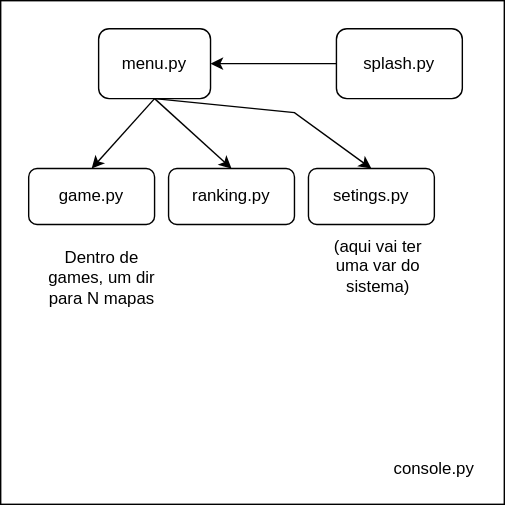
Earlier version of the draw.io export planjamento.drawio.svg (JJ-s-Rouguelike/Campanha). Source tidied: cells renumbered, new cells last; positions are measured from the earlier drawing's top-left corner, leaving out a move shared by most shapes.
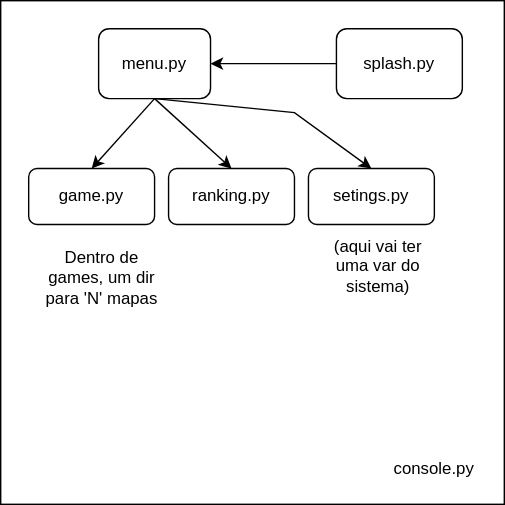
The same diagram one commit later.

Diff of the diagram source:
```diff
@@ -62,7 +62,7 @@
     <mxCell id="19" value="(aqui vai ter uma var do sistema)" style="text;html=1;strokeColor=none;fillColor=none;align=center;verticalAlign=middle;whiteSpace=wrap;rounded=0;" parent="1" vertex="1">
       <mxGeometry x="225" y="160" width="90" height="60" as="geometry" />
     </mxCell>
-    <mxCell id="20" value="Dentro de games, um dir para N mapas" style="text;html=1;strokeColor=none;fillColor=none;align=center;verticalAlign=middle;whiteSpace=wrap;rounded=0;" parent="1" vertex="1">
+    <mxCell id="20" value="Dentro de games, um dir para 'N' mapas" style="text;html=1;strokeColor=none;fillColor=none;align=center;verticalAlign=middle;whiteSpace=wrap;rounded=0;" parent="1" vertex="1">
       <mxGeometry x="25" y="175" width="95" height="45" as="geometry" />
     </mxCell>
   </root>
```
